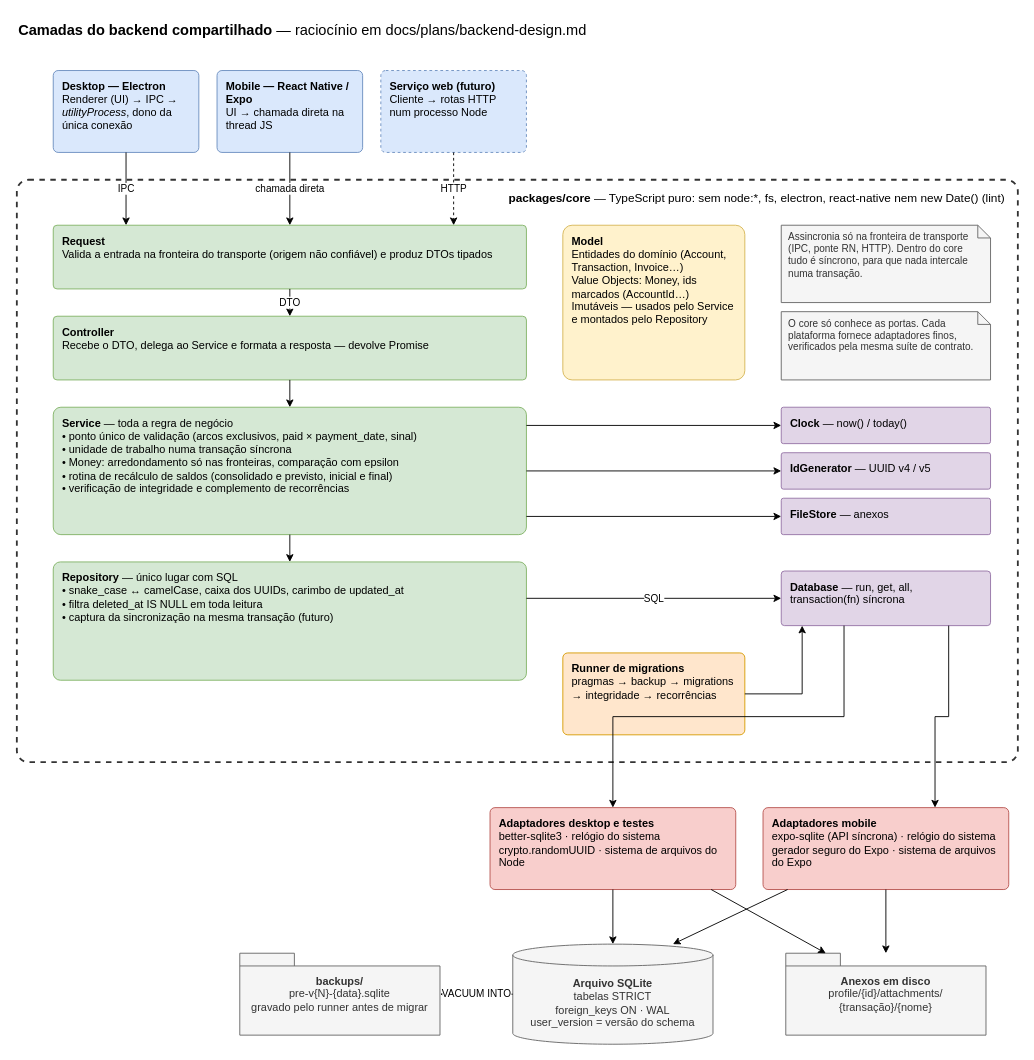
Earlier version of the draw.io diagram docs/drawio/backend-layers.drawio (olliveiragusttavo/finance). Source tidied: cells renumbered, new cells numbered last; positions are measured from the earlier drawing's top-left corner, leaving out a move shared by most shapes. Both pictures are drawn from the tidied source at 91%, with x=0, y=0 at pixel (16, 15).
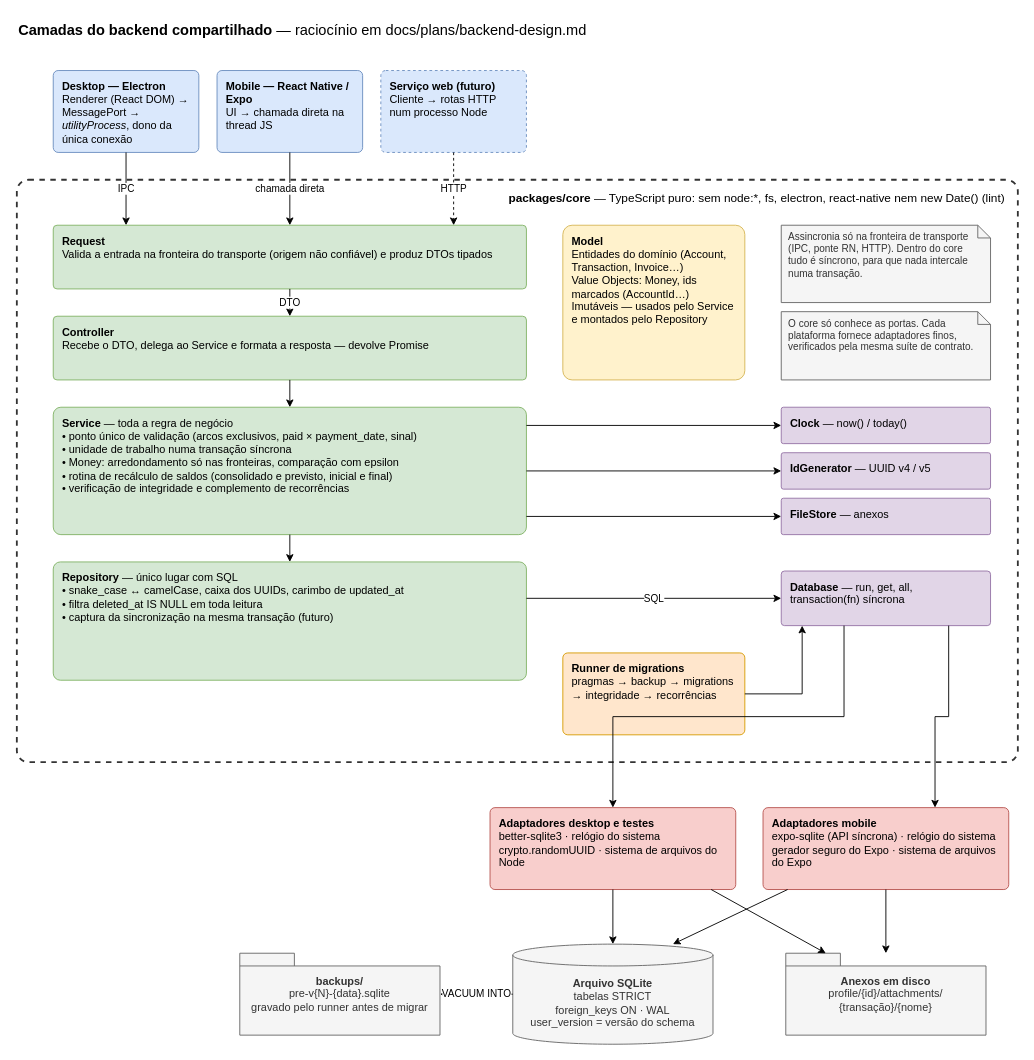
The same page after the edit.

Commit message (it also covers changes not shown here):
docs(desktop): adiciona design do shell desktop e da camada de UI

Change to the diagram source:
```diff
@@
-    <mxCell id="3" value="&lt;b&gt;Desktop — Electron&lt;/b&gt;&lt;br&gt;Renderer (UI) → IPC → &lt;i&gt;utilityProcess&lt;/i&gt;, dono da única conexão" style="rounded=1;whiteSpace=wrap;html=1;align=left;verticalAlign=top;spacingLeft=8;spacingRight=8;spacingTop=4;fontSize=12;arcSize=6;fillColor=#dae8fc;strokeColor=#6c8ebf;" parent="1" vertex="1">
+    <mxCell id="3" value="&lt;b&gt;Desktop — Electron&lt;/b&gt;&lt;br&gt;Renderer (React DOM) → MessagePort → &lt;i&gt;utilityProcess&lt;/i&gt;, dono da única conexão" style="rounded=1;whiteSpace=wrap;html=1;align=left;verticalAlign=top;spacingLeft=8;spacingRight=8;spacingTop=4;fontSize=12;arcSize=6;fillColor=#dae8fc;strokeColor=#6c8ebf;" parent="1" vertex="1">
       <mxGeometry x="40" y="60" width="160" height="90" as="geometry" />
     </mxCell>
```
